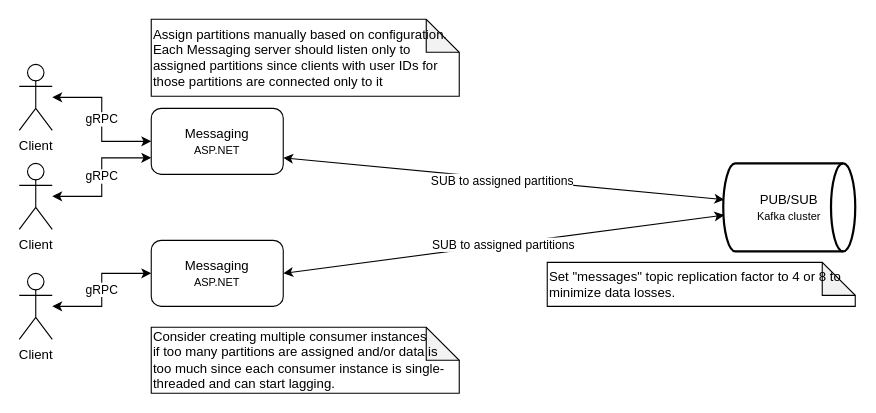
Earlier version of the draw.io diagram docs/cecochat-05-message-receive.drawio (cvetomir-todorov/CecoChat). Source tidied: cells renumbered, new cells numbered last; positions are measured from the earlier drawing's top-left corner, leaving out a move shared by most shapes. Both pictures are drawn from the tidied source at 110%, with x=0, y=0 at pixel (19, 19).
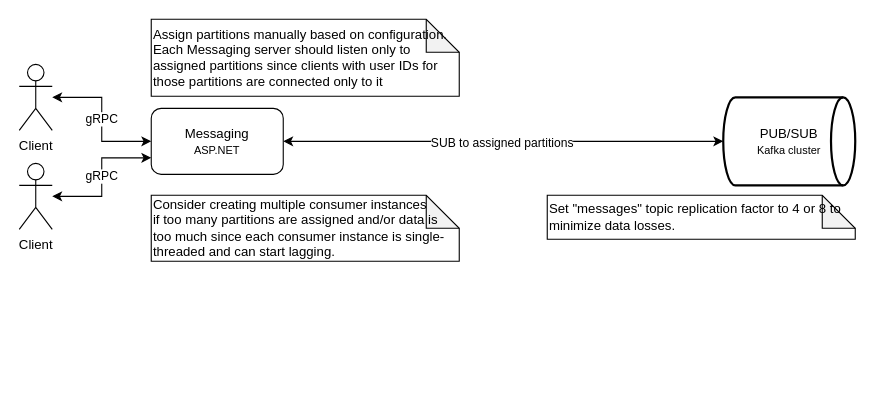
The same diagram, later.

Change to the diagram source:
```diff
@@
 <mxGraphModel>
   <root>
     <mxCell id="0" />
     <mxCell id="1" parent="0" />
     <mxCell id="2" value="gRPC" style="edgeStyle=orthogonalEdgeStyle;rounded=0;jettySize=auto;html=1;entryX=0;entryY=0.5;entryDx=0;entryDy=0;startArrow=classic;startFill=1;" parent="1" edge="1" source="3" target="9">
       <mxGeometry relative="1" as="geometry" />
     </mxCell>
     <mxCell id="3" value="Client" style="shape=umlActor;verticalLabelPosition=bottom;verticalAlign=top;html=1;outlineConnect=0;" parent="1" vertex="1">
       <mxGeometry y="41" width="30" height="60" as="geometry" />
     </mxCell>
-    <mxCell id="4" value="gRPC" style="edgeStyle=orthogonalEdgeStyle;rounded=0;jettySize=auto;html=1;entryX=0;entryY=0.5;entryDx=0;entryDy=0;startArrow=classic;startFill=1;" parent="1" edge="1" source="5" target="11">
-      <mxGeometry relative="1" as="geometry" />
-    </mxCell>
-    <mxCell id="5" value="Client" style="shape=umlActor;verticalLabelPosition=bottom;verticalAlign=top;html=1;outlineConnect=0;" parent="1" vertex="1">
-      <mxGeometry y="231" width="30" height="60" as="geometry" />
-    </mxCell>
     <mxCell id="6" value="gRPC" style="edgeStyle=orthogonalEdgeStyle;rounded=0;jettySize=auto;html=1;entryX=0;entryY=0.75;entryDx=0;entryDy=0;startArrow=classic;startFill=1;" parent="1" edge="1" source="7" target="9">
       <mxGeometry relative="1" as="geometry" />
     </mxCell>
     <mxCell id="7" value="Client" style="shape=umlActor;verticalLabelPosition=bottom;verticalAlign=top;html=1;outlineConnect=0;" parent="1" vertex="1">
       <mxGeometry y="131" width="30" height="60" as="geometry" />
     </mxCell>
-    <mxCell id="8" value="SUB to assigned partitions" style="rounded=0;jettySize=auto;html=1;entryX=0.008;entryY=0.413;entryDx=0;entryDy=0;entryPerimeter=0;startArrow=classic;startFill=1;exitX=1;exitY=0.75;exitDx=0;exitDy=0;" parent="1" edge="1" source="9" target="12">
+    <mxCell id="8" value="SUB to assigned partitions" style="rounded=0;jettySize=auto;html=1;entryX=0;entryY=0.5;entryDx=0;entryDy=0;entryPerimeter=0;startArrow=classic;startFill=1;exitX=1;exitY=0.5;exitDx=0;exitDy=0;" parent="1" edge="1" source="9" target="12">
       <mxGeometry y="-2" relative="1" as="geometry">
         <mxPoint x="-1" as="offset" />
       </mxGeometry>
     </mxCell>
     <mxCell id="9" value="&lt;font style=&quot;font-size: 12px&quot;&gt;Messaging&lt;/font&gt;&lt;br&gt;&lt;font style=&quot;font-size: 10px&quot;&gt;ASP.NET&lt;/font&gt;" style="rounded=1;whiteSpace=wrap;html=1;" parent="1" vertex="1">
       <mxGeometry x="120" y="81" width="120" height="60" as="geometry" />
     </mxCell>
-    <mxCell id="10" value="SUB to assigned partitions" style="edgeStyle=none;rounded=0;jettySize=auto;html=1;entryX=0.008;entryY=0.588;entryDx=0;entryDy=0;entryPerimeter=0;startArrow=classic;startFill=1;exitX=1;exitY=0.5;exitDx=0;exitDy=0;" parent="1" edge="1" source="11" target="12">
-      <mxGeometry relative="1" as="geometry" />
-    </mxCell>
-    <mxCell id="11" value="Messaging&lt;br&gt;&lt;font style=&quot;font-size: 10px&quot;&gt;ASP.NET&lt;/font&gt;" style="rounded=1;whiteSpace=wrap;html=1;" parent="1" vertex="1">
-      <mxGeometry x="120" y="201" width="120" height="60" as="geometry" />
-    </mxCell>
     <mxCell id="12" value="PUB/SUB&lt;br&gt;&lt;font style=&quot;font-size: 10px&quot;&gt;Kafka cluster&lt;/font&gt;" style="strokeWidth=2;html=1;shape=mxgraph.flowchart.direct_data;whiteSpace=wrap;" parent="1" vertex="1">
-      <mxGeometry x="640" y="131" width="120" height="80" as="geometry" />
+      <mxGeometry x="640" y="71" width="120" height="80" as="geometry" />
     </mxCell>
     <mxCell id="13" value="Set &quot;messages&quot; topic replication factor to 4 or 8 to minimize data losses." style="shape=note;whiteSpace=wrap;html=1;backgroundOutline=1;darkOpacity=0.05;align=left;" parent="1" vertex="1">
-      <mxGeometry x="480" y="221" width="280" height="40" as="geometry" />
+      <mxGeometry x="480" y="160" width="280" height="40" as="geometry" />
     </mxCell>
     <mxCell id="14" value="Assign partitions manually based on configuration.&lt;br&gt;Each Messaging server should listen only to assigned partitions since clients with user IDs for those partitions are connected only to it" style="shape=note;whiteSpace=wrap;html=1;backgroundOutline=1;darkOpacity=0.05;align=left;" parent="1" vertex="1">
       <mxGeometry x="120" width="280" height="70" as="geometry" />
     </mxCell>
     <mxCell id="15" value="Consider creating multiple consumer instances&lt;br&gt;if too many partitions are assigned and/or data is too much since each consumer instance is single-threaded and can start lagging." style="shape=note;whiteSpace=wrap;html=1;backgroundOutline=1;darkOpacity=0.05;align=left;" parent="1" vertex="1">
-      <mxGeometry x="120" y="280" width="280" height="60" as="geometry" />
+      <mxGeometry x="120" y="160" width="280" height="60" as="geometry" />
     </mxCell>
   </root>
 </mxGraphModel>
```
